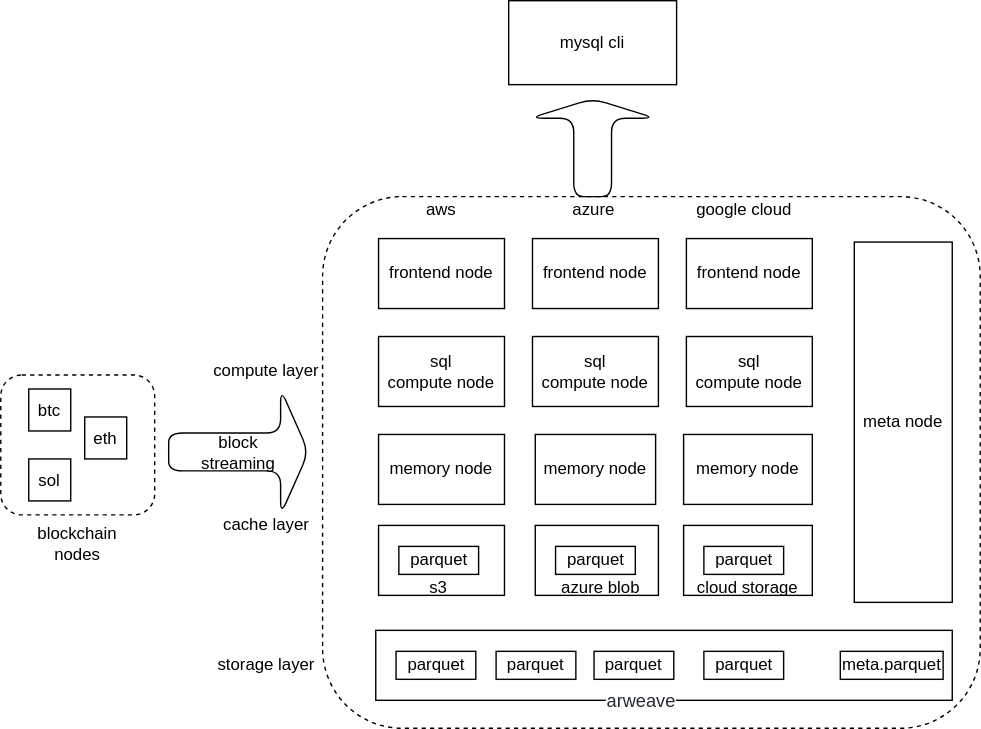
Above: docs/rtstore_arch.svg in dbpunk-labs/db3 (draw.io), before the change. Source tidied: cells renumbered, new cells last; positions are measured from the earlier drawing's top-left corner, leaving out a move shared by most shapes.
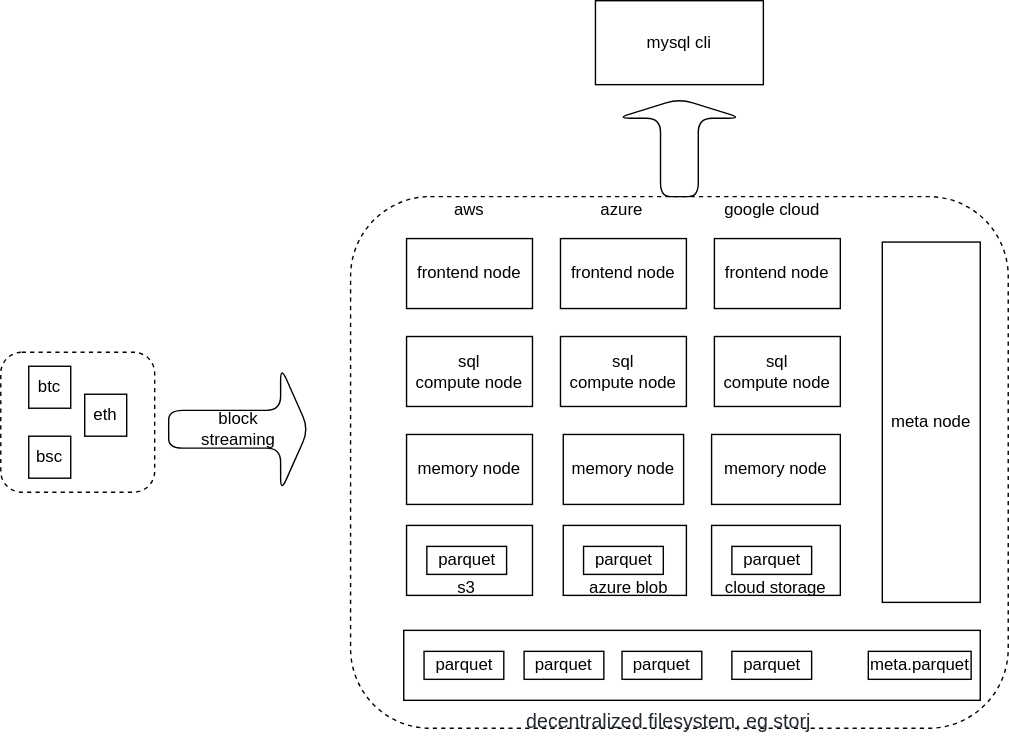
The same diagram one commit later.

Commit message:
fix: replace the arch

Change to the diagram source:
```diff
@@ -2,24 +2,6 @@
   <root>
     <mxCell id="0" />
     <mxCell id="1" parent="0" />
-    <mxCell id="2" style="whiteSpace=wrap;html=1;sketch=0;dashed=1;rounded=1;fillColor=none;" parent="1" vertex="1">
-      <mxGeometry y="267.5" width="110" height="100" as="geometry" />
-    </mxCell>
-    <mxCell id="3" value="btc" style="whiteSpace=wrap;html=1;sketch=0;rounded=0;fillColor=none;" parent="1" vertex="1">
-      <mxGeometry x="20" y="277.5" width="30" height="30" as="geometry" />
-    </mxCell>
-    <mxCell id="4" value="sol" style="whiteSpace=wrap;html=1;sketch=0;rounded=0;fillColor=none;" parent="1" vertex="1">
-      <mxGeometry x="20" y="327.5" width="30" height="30" as="geometry" />
-    </mxCell>
-    <mxCell id="5" value="eth" style="whiteSpace=wrap;html=1;sketch=0;rounded=0;fillColor=none;" parent="1" vertex="1">
-      <mxGeometry x="60" y="297.5" width="30" height="30" as="geometry" />
-    </mxCell>
-    <mxCell id="6" value="blockchain&lt;br&gt;nodes" style="text;html=1;strokeColor=none;fillColor=none;align=center;verticalAlign=middle;whiteSpace=wrap;dashed=1;sketch=0;rounded=1;" parent="1" vertex="1">
-      <mxGeometry x="25" y="372.5" width="60" height="30" as="geometry" />
-    </mxCell>
-    <mxCell id="7" value="block&lt;br&gt;streaming" style="shape=singleArrow;direction=east;whiteSpace=wrap;html=1;sketch=0;rounded=1;fillColor=none;" parent="1" vertex="1">
-      <mxGeometry x="120" y="277.5" width="100" height="90" as="geometry" />
-    </mxCell>
     <mxCell id="8" style="whiteSpace=wrap;html=1;sketch=0;dashed=1;rounded=1;fillColor=none;" parent="1" vertex="1">
       <mxGeometry x="230" y="140" width="470" height="380" as="geometry" />
     </mxCell>
@@ -51,10 +33,10 @@
       <mxGeometry x="490" y="170" width="90" height="50" as="geometry" />
     </mxCell>
     <mxCell id="18" value="mysql cli" style="whiteSpace=wrap;html=1;sketch=0;rounded=0;fillColor=none;" parent="1" vertex="1">
-      <mxGeometry x="363" width="120" height="60" as="geometry" />
+      <mxGeometry x="405" width="120" height="60" as="geometry" />
     </mxCell>
     <mxCell id="19" style="shape=singleArrow;direction=north;whiteSpace=wrap;html=1;sketch=0;rounded=1;fillColor=none;" parent="1" vertex="1">
-      <mxGeometry x="378" y="70" width="90" height="70" as="geometry" />
+      <mxGeometry x="420" y="70" width="90" height="70" as="geometry" />
     </mxCell>
     <mxCell id="20" value="parquet" style="rounded=0;whiteSpace=wrap;html=1;sketch=0;fillColor=none;" parent="1" vertex="1">
       <mxGeometry x="284.5" y="390" width="57" height="20" as="geometry" />
@@ -65,8 +47,8 @@
     <mxCell id="22" value="parquet" style="rounded=0;whiteSpace=wrap;html=1;sketch=0;fillColor=none;" parent="1" vertex="1">
       <mxGeometry x="282.5" y="465" width="57" height="20" as="geometry" />
     </mxCell>
-    <mxCell id="23" value="&lt;span style=&quot;color: rgb(36 , 41 , 47) ; background-color: rgb(255 , 255 , 255)&quot;&gt;&lt;font style=&quot;font-size: 13px&quot;&gt;arweave&lt;br&gt;&lt;/font&gt;&lt;/span&gt;" style="text;html=1;strokeColor=none;fillColor=none;align=center;verticalAlign=middle;whiteSpace=wrap;rounded=0;sketch=0;" parent="1" vertex="1">
-      <mxGeometry x="428" y="485" width="60" height="30" as="geometry" />
+    <mxCell id="23" value="&lt;span style=&quot;color: rgb(36 , 41 , 47) ; font-size: 14px&quot;&gt;decentralized filesystem, eg storj&lt;/span&gt;&lt;span style=&quot;color: rgb(36 , 41 , 47) ; background-color: rgb(255 , 255 , 255)&quot;&gt;&lt;font style=&quot;font-size: 13px&quot;&gt;&lt;br&gt;&lt;/font&gt;&lt;/span&gt;" style="text;html=1;strokeColor=none;fillColor=none;align=center;verticalAlign=middle;whiteSpace=wrap;rounded=0;sketch=0;" parent="1" vertex="1">
+      <mxGeometry x="339.5" y="500" width="235" height="30" as="geometry" />
     </mxCell>
     <mxCell id="24" value="parquet" style="rounded=0;whiteSpace=wrap;html=1;sketch=0;fillColor=none;" parent="1" vertex="1">
       <mxGeometry x="354" y="465" width="57" height="20" as="geometry" />
@@ -113,17 +95,23 @@
     <mxCell id="38" value="cloud storage" style="text;html=1;strokeColor=none;fillColor=none;align=center;verticalAlign=middle;whiteSpace=wrap;rounded=0;dashed=1;sketch=0;" parent="1" vertex="1">
       <mxGeometry x="494" y="410" width="80" height="20" as="geometry" />
     </mxCell>
-    <mxCell id="39" value="cache layer" style="text;html=1;strokeColor=none;fillColor=none;align=center;verticalAlign=middle;whiteSpace=wrap;rounded=0;dashed=1;sketch=0;" parent="1" vertex="1">
-      <mxGeometry x="150" y="360" width="80" height="30" as="geometry" />
-    </mxCell>
-    <mxCell id="40" value="storage layer" style="text;html=1;strokeColor=none;fillColor=none;align=center;verticalAlign=middle;whiteSpace=wrap;rounded=0;dashed=1;sketch=0;" parent="1" vertex="1">
-      <mxGeometry x="150" y="460" width="80" height="30" as="geometry" />
-    </mxCell>
-    <mxCell id="41" value="compute layer" style="text;html=1;strokeColor=none;fillColor=none;align=center;verticalAlign=middle;whiteSpace=wrap;rounded=0;dashed=1;sketch=0;" parent="1" vertex="1">
-      <mxGeometry x="150" y="250" width="80" height="30" as="geometry" />
-    </mxCell>
     <mxCell id="42" value="meta.parquet" style="rounded=0;whiteSpace=wrap;html=1;sketch=0;fillColor=none;" parent="1" vertex="1">
       <mxGeometry x="600" y="465" width="73.5" height="20" as="geometry" />
     </mxCell>
+    <mxCell id="43" style="whiteSpace=wrap;html=1;sketch=0;dashed=1;rounded=1;fillColor=none;" parent="1" vertex="1">
+      <mxGeometry x="-20" y="251.2" width="110" height="100" as="geometry" />
+    </mxCell>
+    <mxCell id="3" value="btc" style="whiteSpace=wrap;html=1;sketch=0;rounded=0;fillColor=none;" parent="1" vertex="1">
+      <mxGeometry y="261.2" width="30" height="30" as="geometry" />
+    </mxCell>
+    <mxCell id="44" value="bsc" style="whiteSpace=wrap;html=1;sketch=0;rounded=0;fillColor=none;" parent="1" vertex="1">
+      <mxGeometry y="311.2" width="30" height="30" as="geometry" />
+    </mxCell>
+    <mxCell id="5" value="eth" style="whiteSpace=wrap;html=1;sketch=0;rounded=0;fillColor=none;" parent="1" vertex="1">
+      <mxGeometry x="40" y="281.2" width="30" height="30" as="geometry" />
+    </mxCell>
+    <mxCell id="7" value="block&lt;br&gt;streaming" style="shape=singleArrow;direction=east;whiteSpace=wrap;html=1;sketch=0;rounded=1;fillColor=none;" parent="1" vertex="1">
+      <mxGeometry x="100" y="261.2" width="100" height="90" as="geometry" />
+    </mxCell>
   </root>
 </mxGraphModel>
```
